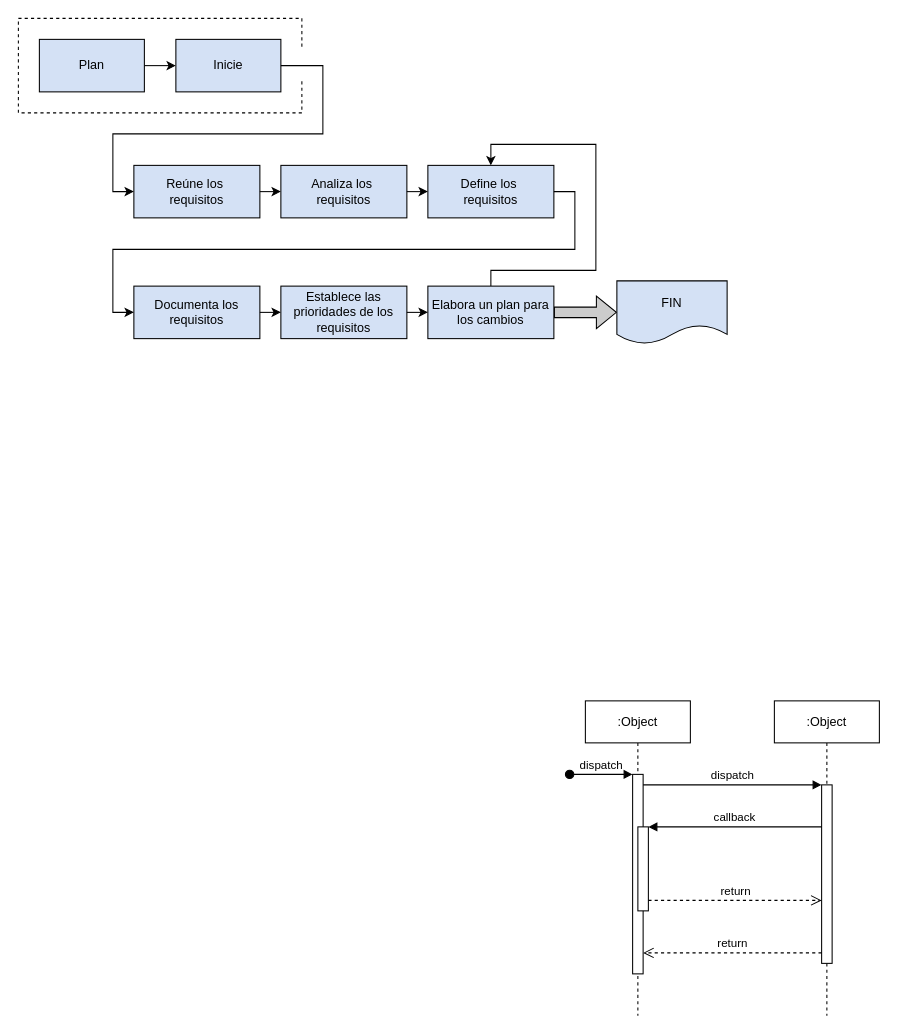
jmorales01/diagrams keeps this draw.io diagram as Proceso_de_gestión_de_requerimientos.drawio. Above is the earlier version. Source tidied: cells renumbered, new cells numbered last; positions are measured from the earlier drawing's top-left corner, leaving out a move shared by most shapes. Both pictures are drawn from the tidied source at 105%, with x=0, y=0 at pixel (18, 18).
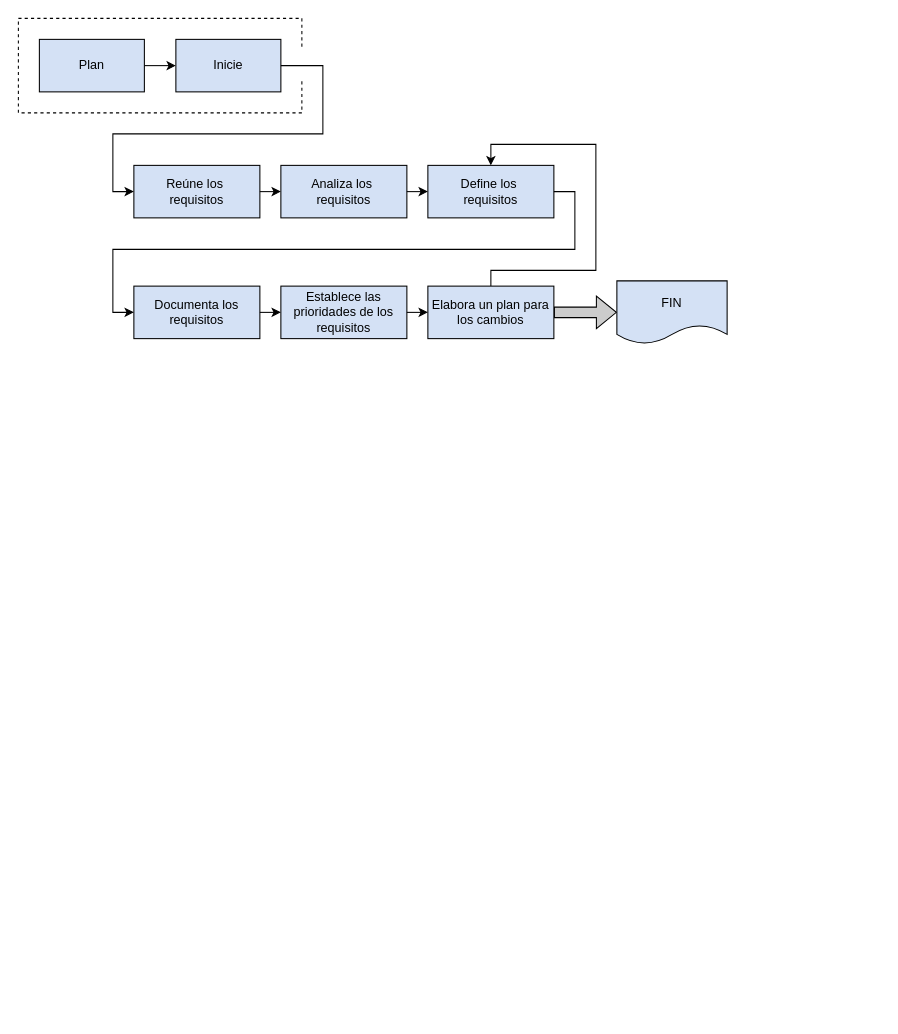
The same diagram, later.

What changed in the source:
```diff
@@
-    <mxCell id="2" value=":Object" style="shape=umlLifeline;perimeter=lifelinePerimeter;whiteSpace=wrap;html=1;newEdgeStyle={&quot;edgeStyle&quot;:&quot;elbowEdgeStyle&quot;,&quot;elbow&quot;:&quot;vertical&quot;,&quot;curved&quot;:0,&quot;rounded&quot;:0};" parent="1" vertex="1">
-      <mxGeometry x="540" y="650" width="100" height="300" as="geometry" />
-    </mxCell>
-    <mxCell id="3" style="html=1;points=[];perimeter=orthogonalPerimeter;outlineConnect=0;targetShapes=umlLifeline;portConstraint=eastwest;newEdgeStyle={&quot;edgeStyle&quot;:&quot;elbowEdgeStyle&quot;,&quot;elbow&quot;:&quot;vertical&quot;,&quot;curved&quot;:0,&quot;rounded&quot;:0};" parent="2" vertex="1">
-      <mxGeometry x="45" y="70" width="10" height="190" as="geometry" />
-    </mxCell>
-    <mxCell id="4" value="dispatch" style="html=1;verticalAlign=bottom;startArrow=oval;endArrow=block;startSize=8;edgeStyle=elbowEdgeStyle;elbow=vertical;curved=0;rounded=0;" parent="2" edge="1" target="3">
-      <mxGeometry relative="1" as="geometry">
-        <mxPoint x="-15" y="70" as="sourcePoint" />
-      </mxGeometry>
-    </mxCell>
-    <mxCell id="5" style="html=1;points=[];perimeter=orthogonalPerimeter;outlineConnect=0;targetShapes=umlLifeline;portConstraint=eastwest;newEdgeStyle={&quot;edgeStyle&quot;:&quot;elbowEdgeStyle&quot;,&quot;elbow&quot;:&quot;vertical&quot;,&quot;curved&quot;:0,&quot;rounded&quot;:0};" parent="2" vertex="1">
-      <mxGeometry x="50" y="120" width="10" height="80" as="geometry" />
-    </mxCell>
-    <mxCell id="6" value=":Object" style="shape=umlLifeline;perimeter=lifelinePerimeter;whiteSpace=wrap;html=1;newEdgeStyle={&quot;edgeStyle&quot;:&quot;elbowEdgeStyle&quot;,&quot;elbow&quot;:&quot;vertical&quot;,&quot;curved&quot;:0,&quot;rounded&quot;:0};" parent="1" vertex="1">
-      <mxGeometry x="720" y="650" width="100" height="300" as="geometry" />
-    </mxCell>
-    <mxCell id="7" style="html=1;points=[];perimeter=orthogonalPerimeter;outlineConnect=0;targetShapes=umlLifeline;portConstraint=eastwest;newEdgeStyle={&quot;edgeStyle&quot;:&quot;elbowEdgeStyle&quot;,&quot;elbow&quot;:&quot;vertical&quot;,&quot;curved&quot;:0,&quot;rounded&quot;:0};" parent="6" vertex="1">
-      <mxGeometry x="45" y="80" width="10" height="170" as="geometry" />
-    </mxCell>
-    <mxCell id="8" value="dispatch" style="html=1;verticalAlign=bottom;endArrow=block;edgeStyle=elbowEdgeStyle;elbow=vertical;curved=0;rounded=0;" parent="1" edge="1" source="3" target="7">
-      <mxGeometry relative="1" as="geometry">
-        <Array as="points">
-          <mxPoint x="680" y="730" />
-        </Array>
-      </mxGeometry>
-    </mxCell>
-    <mxCell id="9" value="return" style="html=1;verticalAlign=bottom;endArrow=open;dashed=1;endSize=8;edgeStyle=elbowEdgeStyle;elbow=vertical;curved=0;rounded=0;" parent="1" edge="1" source="7" target="3">
-      <mxGeometry relative="1" as="geometry">
-        <Array as="points">
-          <mxPoint x="690" y="890" />
-        </Array>
-      </mxGeometry>
-    </mxCell>
-    <mxCell id="10" value="callback" style="html=1;verticalAlign=bottom;endArrow=block;edgeStyle=elbowEdgeStyle;elbow=vertical;curved=0;rounded=0;" parent="1" edge="1" source="7" target="5">
-      <mxGeometry relative="1" as="geometry">
-        <Array as="points">
-          <mxPoint x="690" y="770" />
-        </Array>
-      </mxGeometry>
-    </mxCell>
-    <mxCell id="11" value="return" style="html=1;verticalAlign=bottom;endArrow=open;dashed=1;endSize=8;edgeStyle=elbowEdgeStyle;elbow=vertical;curved=0;rounded=0;" parent="1" edge="1" source="5" target="7">
-      <mxGeometry relative="1" as="geometry">
-        <Array as="points">
-          <mxPoint x="680" y="840" />
-        </Array>
-      </mxGeometry>
-    </mxCell>
```
